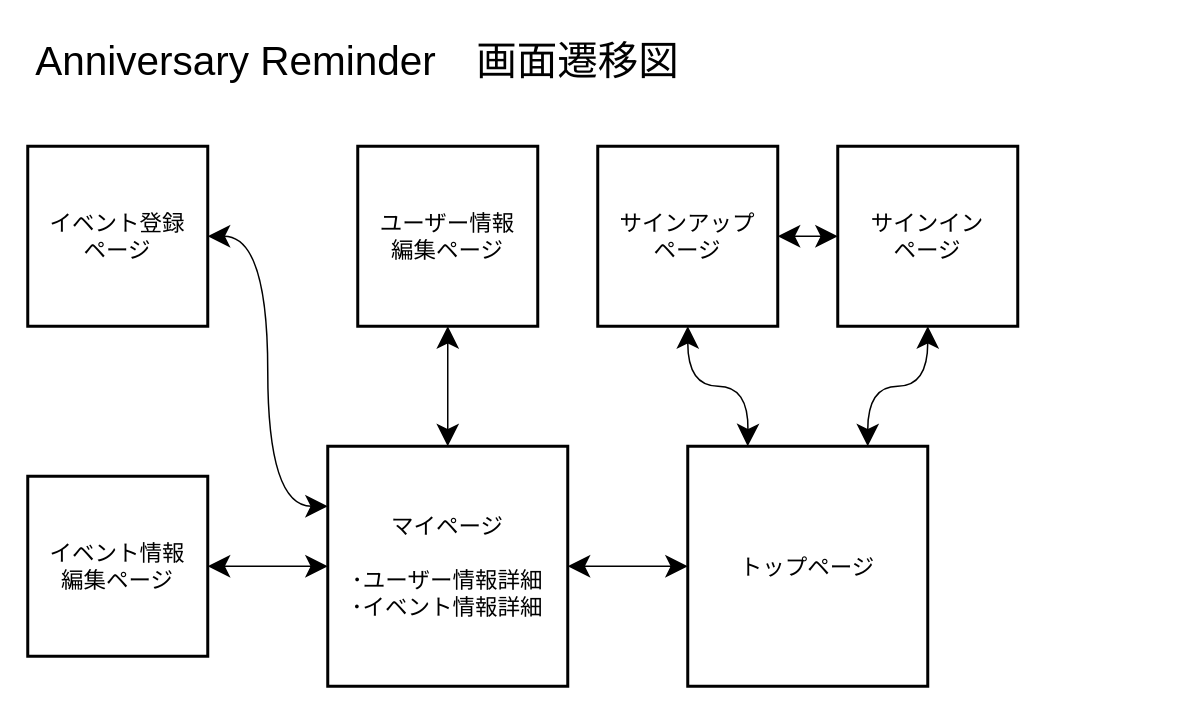
Earlier version of the draw.io diagram Screen-transfer-diagram.dio (Hammer0369/anniversary-reminder). Source tidied: cells renumbered, new cells numbered last; positions are measured from the earlier drawing's top-left corner, leaving out a move shared by most shapes. Both pictures are drawn from the tidied source at 150%, with x=0, y=0 at pixel (27, 26).
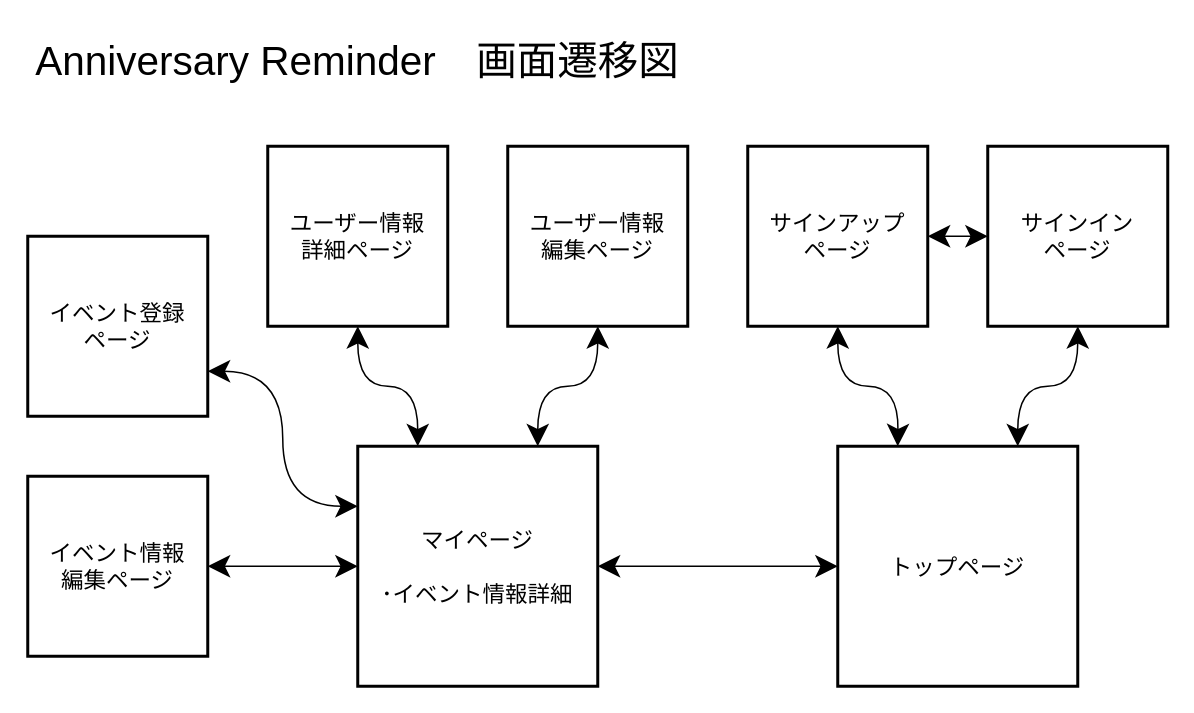
After the change.

Commit message (it also covers changes not shown here):
修正）ER図、ページ遷移図、README

What changed in the source:
```diff
@@
 <mxGraphModel>
   <root>
     <mxCell id="0" />
     <mxCell id="1" parent="0" />
     <mxCell id="2" value="トップページ" style="whiteSpace=wrap;html=1;align=center;strokeWidth=2;fontSize=15;" parent="1" vertex="1">
-      <mxGeometry x="440" y="280" width="160" height="160" as="geometry" />
+      <mxGeometry x="540" y="280" width="160" height="160" as="geometry" />
     </mxCell>
     <mxCell id="3" style="edgeStyle=orthogonalEdgeStyle;rounded=0;jumpSize=6;jettySize=auto;html=1;exitX=0.5;exitY=1;exitDx=0;exitDy=0;endSize=12;startArrow=classic;startFill=1;startSize=12;fontSize=15;curved=1;" parent="1" edge="1" source="5">
       <mxGeometry relative="1" as="geometry">
-        <mxPoint x="480" y="280" as="targetPoint" />
+        <mxPoint x="580" y="280" as="targetPoint" />
       </mxGeometry>
     </mxCell>
     <mxCell id="4" style="edgeStyle=orthogonalEdgeStyle;rounded=0;jumpSize=6;jettySize=auto;html=1;exitX=1;exitY=0.5;exitDx=0;exitDy=0;entryX=0;entryY=0.5;entryDx=0;entryDy=0;endSize=12;startArrow=classic;startFill=1;startSize=12;fontSize=15;" parent="1" edge="1" source="5" target="7">
       <mxGeometry relative="1" as="geometry" />
     </mxCell>
     <mxCell id="5" value="サインアップ&lt;br style=&quot;font-size: 15px;&quot;&gt;ページ" style="whiteSpace=wrap;html=1;align=center;strokeWidth=2;fontSize=15;" parent="1" vertex="1">
-      <mxGeometry x="380" y="80" width="120" height="120" as="geometry" />
+      <mxGeometry x="480" y="80" width="120" height="120" as="geometry" />
     </mxCell>
     <mxCell id="6" style="edgeStyle=orthogonalEdgeStyle;rounded=0;jumpSize=6;jettySize=auto;html=1;exitX=0.5;exitY=1;exitDx=0;exitDy=0;entryX=0.75;entryY=0;entryDx=0;entryDy=0;endSize=12;startArrow=classic;startFill=1;startSize=12;fontSize=15;curved=1;" parent="1" edge="1" source="7" target="2">
       <mxGeometry relative="1" as="geometry" />
     </mxCell>
     <mxCell id="7" value="サインイン&lt;br style=&quot;font-size: 15px;&quot;&gt;ページ" style="whiteSpace=wrap;html=1;align=center;strokeWidth=2;fontSize=15;" parent="1" vertex="1">
-      <mxGeometry x="540" y="80" width="120" height="120" as="geometry" />
+      <mxGeometry x="640" y="80" width="120" height="120" as="geometry" />
     </mxCell>
-    <mxCell id="8" style="edgeStyle=orthogonalEdgeStyle;rounded=0;jumpSize=6;jettySize=auto;html=1;exitX=1;exitY=0.5;exitDx=0;exitDy=0;entryX=0;entryY=0.25;entryDx=0;entryDy=0;fontSize=15;startArrow=classic;startFill=1;startSize=12;endSize=12;curved=1;" parent="1" edge="1" source="9" target="15">
+    <mxCell id="8" style="edgeStyle=orthogonalEdgeStyle;curved=1;rounded=0;jettySize=auto;html=1;exitX=0.5;exitY=1;exitDx=0;exitDy=0;entryX=0.25;entryY=0;entryDx=0;entryDy=0;startArrow=classic;startFill=1;endSize=12;startSize=12;" parent="1" edge="1" source="9" target="15">
       <mxGeometry relative="1" as="geometry" />
     </mxCell>
-    <mxCell id="9" value="イベント登録&lt;br style=&quot;font-size: 15px;&quot;&gt;ページ" style="whiteSpace=wrap;html=1;align=center;strokeWidth=2;fontSize=15;" parent="1" vertex="1">
-      <mxGeometry y="80" width="120" height="120" as="geometry" />
+    <mxCell id="9" value="ユーザー情報&lt;br&gt;詳細ページ" style="whiteSpace=wrap;html=1;align=center;strokeWidth=2;fontSize=15;" parent="1" vertex="1">
+      <mxGeometry x="160" y="80" width="120" height="120" as="geometry" />
     </mxCell>
-    <mxCell id="10" style="edgeStyle=orthogonalEdgeStyle;rounded=0;jumpSize=6;jettySize=auto;html=1;exitX=1;exitY=0.5;exitDx=0;exitDy=0;entryX=0;entryY=0.5;entryDx=0;entryDy=0;fontSize=15;startArrow=classic;startFill=1;startSize=12;endSize=12;" parent="1" edge="1" source="11" target="15">
+    <mxCell id="10" style="edgeStyle=orthogonalEdgeStyle;rounded=0;jettySize=auto;html=1;exitX=1;exitY=0.75;exitDx=0;exitDy=0;entryX=0;entryY=0.25;entryDx=0;entryDy=0;startArrow=classic;startFill=1;curved=1;endSize=12;startSize=12;" parent="1" edge="1" source="11" target="15">
       <mxGeometry relative="1" as="geometry" />
     </mxCell>
-    <mxCell id="11" value="イベント情報&lt;br style=&quot;font-size: 15px;&quot;&gt;編集ページ" style="whiteSpace=wrap;html=1;align=center;strokeWidth=2;fontSize=15;" parent="1" vertex="1">
-      <mxGeometry y="300" width="120" height="120" as="geometry" />
+    <mxCell id="11" value="イベント登録&lt;br&gt;ページ" style="whiteSpace=wrap;html=1;align=center;strokeWidth=2;fontSize=15;" parent="1" vertex="1">
+      <mxGeometry y="140" width="120" height="120" as="geometry" />
     </mxCell>
-    <mxCell id="12" style="edgeStyle=orthogonalEdgeStyle;rounded=0;jumpSize=6;jettySize=auto;html=1;exitX=0.5;exitY=1;exitDx=0;exitDy=0;entryX=0.5;entryY=0;entryDx=0;entryDy=0;startArrow=classic;startFill=1;startSize=12;endSize=12;fontSize=15;" parent="1" edge="1" source="13" target="15">
+    <mxCell id="12" style="edgeStyle=orthogonalEdgeStyle;curved=1;rounded=0;jettySize=auto;html=1;exitX=0.5;exitY=1;exitDx=0;exitDy=0;entryX=0.75;entryY=0;entryDx=0;entryDy=0;startArrow=classic;startFill=1;endSize=12;startSize=12;" parent="1" edge="1" source="13" target="15">
       <mxGeometry relative="1" as="geometry" />
     </mxCell>
     <mxCell id="13" value="ユーザー情報&lt;br style=&quot;font-size: 15px;&quot;&gt;編集ページ" style="whiteSpace=wrap;html=1;align=center;strokeWidth=2;fontSize=15;" parent="1" vertex="1">
-      <mxGeometry x="220" y="80" width="120" height="120" as="geometry" />
+      <mxGeometry x="320" y="80" width="120" height="120" as="geometry" />
     </mxCell>
     <mxCell id="14" style="edgeStyle=orthogonalEdgeStyle;rounded=0;jumpSize=6;jettySize=auto;html=1;exitX=1;exitY=0.5;exitDx=0;exitDy=0;entryX=0;entryY=0.5;entryDx=0;entryDy=0;startArrow=classic;startFill=1;startSize=12;endSize=12;fontSize=15;" parent="1" edge="1" source="15" target="2">
       <mxGeometry relative="1" as="geometry" />
     </mxCell>
+    <mxCell id="17" style="edgeStyle=orthogonalEdgeStyle;curved=1;rounded=0;jettySize=auto;html=1;exitX=0;exitY=0.5;exitDx=0;exitDy=0;entryX=1;entryY=0.5;entryDx=0;entryDy=0;startArrow=classic;startFill=1;endSize=12;startSize=12;" parent="1" edge="1" source="15" target="18">
+      <mxGeometry relative="1" as="geometry" />
+    </mxCell>
-    <mxCell id="15" value="マイページ&lt;br style=&quot;font-size: 15px;&quot;&gt;&lt;br style=&quot;font-size: 15px;&quot;&gt;･ユーザー情報詳細&lt;br style=&quot;font-size: 15px;&quot;&gt;･イベント情報詳細" style="whiteSpace=wrap;html=1;align=center;strokeWidth=2;fontSize=15;" parent="1" vertex="1">
-      <mxGeometry x="200" y="280" width="160" height="160" as="geometry" />
+    <mxCell id="15" value="マイページ&lt;br style=&quot;font-size: 15px&quot;&gt;&lt;br style=&quot;font-size: 15px&quot;&gt;･イベント情報詳細" style="whiteSpace=wrap;html=1;align=center;strokeWidth=2;fontSize=15;" parent="1" vertex="1">
+      <mxGeometry x="220" y="280" width="160" height="160" as="geometry" />
     </mxCell>
     <mxCell id="16" value="Anniversary Reminder　画面遷移図" style="text;strokeColor=none;fillColor=none;spacingLeft=4;spacingRight=4;overflow=hidden;fontSize=27;align=center;strokeWidth=2;" parent="1" vertex="1">
       <mxGeometry width="440" height="40" as="geometry" />
     </mxCell>
+    <mxCell id="18" value="イベント情報&lt;br style=&quot;font-size: 15px;&quot;&gt;編集ページ" style="whiteSpace=wrap;html=1;align=center;strokeWidth=2;fontSize=15;" parent="1" vertex="1">
+      <mxGeometry y="300" width="120" height="120" as="geometry" />
+    </mxCell>
   </root>
 </mxGraphModel>
```
